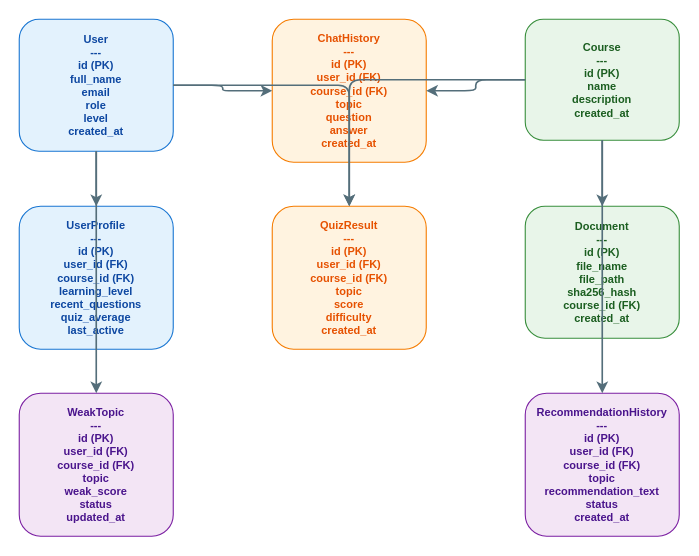
The draw.io diagram page "ERD" (7 of 12) of RAG_Chatbot_Design.drawio in haudo1207/personalized-lms-rag-chatbot, before the edit. Source tidied: cells renumbered, new cells numbered last; positions are measured from the earlier drawing's top-left corner, leaving out a move shared by most shapes. Both pictures are drawn from the tidied source at 110%, with x=0, y=0 at pixel (19, 19).
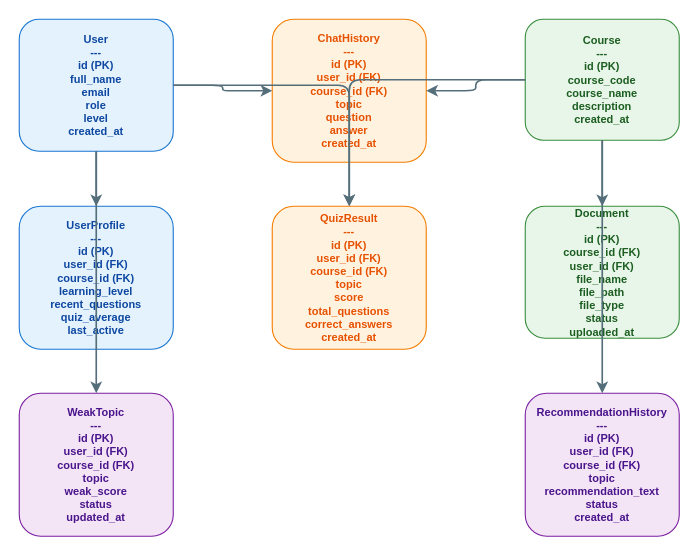
Above is the later version.

Diff of the diagram source:
```diff
@@
 <mxGraphModel>
   <root>
     <mxCell id="0" />
     <mxCell id="1" parent="0" />
     <mxCell id="2" value="User&#10;---&#10;id (PK)&#10;full_name&#10;email&#10;role&#10;level&#10;created_at" style="rounded=1;whiteSpace=wrap;html=1;fillColor=#E3F2FD;strokeColor=#1976D2;fontColor=#0D47A1;fontStyle=1;fontSize=10;" parent="1" vertex="1">
       <mxGeometry width="140" height="120" as="geometry" />
     </mxCell>
     <mxCell id="3" value="UserProfile&#10;---&#10;id (PK)&#10;user_id (FK)&#10;course_id (FK)&#10;learning_level&#10;recent_questions&#10;quiz_average&#10;last_active" style="rounded=1;whiteSpace=wrap;html=1;fillColor=#E3F2FD;strokeColor=#1976D2;fontColor=#0D47A1;fontStyle=1;fontSize=10;" parent="1" vertex="1">
       <mxGeometry y="170" width="140" height="130" as="geometry" />
     </mxCell>
     <mxCell id="4" value="WeakTopic&#10;---&#10;id (PK)&#10;user_id (FK)&#10;course_id (FK)&#10;topic&#10;weak_score&#10;status&#10;updated_at" style="rounded=1;whiteSpace=wrap;html=1;fillColor=#F3E5F5;strokeColor=#7B1FA2;fontColor=#4A148C;fontStyle=1;fontSize=10;" parent="1" vertex="1">
       <mxGeometry y="340" width="140" height="130" as="geometry" />
     </mxCell>
-    <mxCell id="5" value="Course&#10;---&#10;id (PK)&#10;name&#10;description&#10;created_at" style="rounded=1;whiteSpace=wrap;html=1;fillColor=#E8F5E9;strokeColor=#388E3C;fontColor=#1B5E20;fontStyle=1;fontSize=10;" parent="1" vertex="1">
+    <mxCell id="5" value="Course&#10;---&#10;id (PK)&#10;course_code&#10;course_name&#10;description&#10;created_at" style="rounded=1;whiteSpace=wrap;html=1;fillColor=#E8F5E9;strokeColor=#388E3C;fontColor=#1B5E20;fontStyle=1;fontSize=10;" parent="1" vertex="1">
       <mxGeometry x="460" width="140" height="110" as="geometry" />
     </mxCell>
-    <mxCell id="6" value="Document&#10;---&#10;id (PK)&#10;file_name&#10;file_path&#10;sha256_hash&#10;course_id (FK)&#10;created_at" style="rounded=1;whiteSpace=wrap;html=1;fillColor=#E8F5E9;strokeColor=#388E3C;fontColor=#1B5E20;fontStyle=1;fontSize=10;" parent="1" vertex="1">
+    <mxCell id="6" value="Document&#10;---&#10;id (PK)&#10;course_id (FK)&#10;user_id (FK)&#10;file_name&#10;file_path&#10;file_type&#10;status&#10;uploaded_at" style="rounded=1;whiteSpace=wrap;html=1;fillColor=#E8F5E9;strokeColor=#388E3C;fontColor=#1B5E20;fontStyle=1;fontSize=10;" parent="1" vertex="1">
       <mxGeometry x="460" y="170" width="140" height="120" as="geometry" />
     </mxCell>
     <mxCell id="7" value="RecommendationHistory&#10;---&#10;id (PK)&#10;user_id (FK)&#10;course_id (FK)&#10;topic&#10;recommendation_text&#10;status&#10;created_at" style="rounded=1;whiteSpace=wrap;html=1;fillColor=#F3E5F5;strokeColor=#7B1FA2;fontColor=#4A148C;fontStyle=1;fontSize=10;" parent="1" vertex="1">
       <mxGeometry x="460" y="340" width="140" height="130" as="geometry" />
     </mxCell>
     <mxCell id="8" value="ChatHistory&#10;---&#10;id (PK)&#10;user_id (FK)&#10;course_id (FK)&#10;topic&#10;question&#10;answer&#10;created_at" style="rounded=1;whiteSpace=wrap;html=1;fillColor=#FFF3E0;strokeColor=#F57C00;fontColor=#E65100;fontStyle=1;fontSize=10;" parent="1" vertex="1">
       <mxGeometry x="230" width="140" height="130" as="geometry" />
     </mxCell>
-    <mxCell id="9" value="QuizResult&#10;---&#10;id (PK)&#10;user_id (FK)&#10;course_id (FK)&#10;topic&#10;score&#10;difficulty&#10;created_at" style="rounded=1;whiteSpace=wrap;html=1;fillColor=#FFF3E0;strokeColor=#F57C00;fontColor=#E65100;fontStyle=1;fontSize=10;" parent="1" vertex="1">
+    <mxCell id="9" value="QuizResult&#10;---&#10;id (PK)&#10;user_id (FK)&#10;course_id (FK)&#10;topic&#10;score&#10;total_questions&#10;correct_answers&#10;created_at" style="rounded=1;whiteSpace=wrap;html=1;fillColor=#FFF3E0;strokeColor=#F57C00;fontColor=#E65100;fontStyle=1;fontSize=10;" parent="1" vertex="1">
       <mxGeometry x="230" y="170" width="140" height="130" as="geometry" />
     </mxCell>
     <mxCell id="10" style="edgeStyle=orthogonalEdgeStyle;rounded=1;jettySize=auto;html=1;strokeWidth=1.5;strokeColor=#546E7A;fontSize=9;" parent="1" edge="1" source="2" target="8">
       <mxGeometry relative="1" as="geometry" />
     </mxCell>
     <mxCell id="11" style="edgeStyle=orthogonalEdgeStyle;rounded=1;jettySize=auto;html=1;strokeWidth=1.5;strokeColor=#546E7A;fontSize=9;" parent="1" edge="1" source="2" target="9">
       <mxGeometry relative="1" as="geometry" />
     </mxCell>
     <mxCell id="12" style="edgeStyle=orthogonalEdgeStyle;rounded=1;jettySize=auto;html=1;strokeWidth=1.5;strokeColor=#546E7A;fontSize=9;" parent="1" edge="1" source="2" target="3">
       <mxGeometry relative="1" as="geometry" />
     </mxCell>
     <mxCell id="13" style="edgeStyle=orthogonalEdgeStyle;rounded=1;jettySize=auto;html=1;strokeWidth=1.5;strokeColor=#546E7A;fontSize=9;" parent="1" edge="1" source="2" target="4">
       <mxGeometry relative="1" as="geometry" />
     </mxCell>
     <mxCell id="14" style="edgeStyle=orthogonalEdgeStyle;rounded=1;jettySize=auto;html=1;strokeWidth=1.5;strokeColor=#546E7A;fontSize=9;" parent="1" edge="1" source="5" target="8">
       <mxGeometry relative="1" as="geometry" />
     </mxCell>
     <mxCell id="15" style="edgeStyle=orthogonalEdgeStyle;rounded=1;jettySize=auto;html=1;strokeWidth=1.5;strokeColor=#546E7A;fontSize=9;" parent="1" edge="1" source="5" target="9">
       <mxGeometry relative="1" as="geometry" />
     </mxCell>
     <mxCell id="16" style="edgeStyle=orthogonalEdgeStyle;rounded=1;jettySize=auto;html=1;strokeWidth=1.5;strokeColor=#546E7A;fontSize=9;" parent="1" edge="1" source="5" target="6">
       <mxGeometry relative="1" as="geometry" />
     </mxCell>
     <mxCell id="17" style="edgeStyle=orthogonalEdgeStyle;rounded=1;jettySize=auto;html=1;strokeWidth=1.5;strokeColor=#546E7A;fontSize=9;" parent="1" edge="1" source="5" target="7">
       <mxGeometry relative="1" as="geometry" />
     </mxCell>
   </root>
 </mxGraphModel>
```
